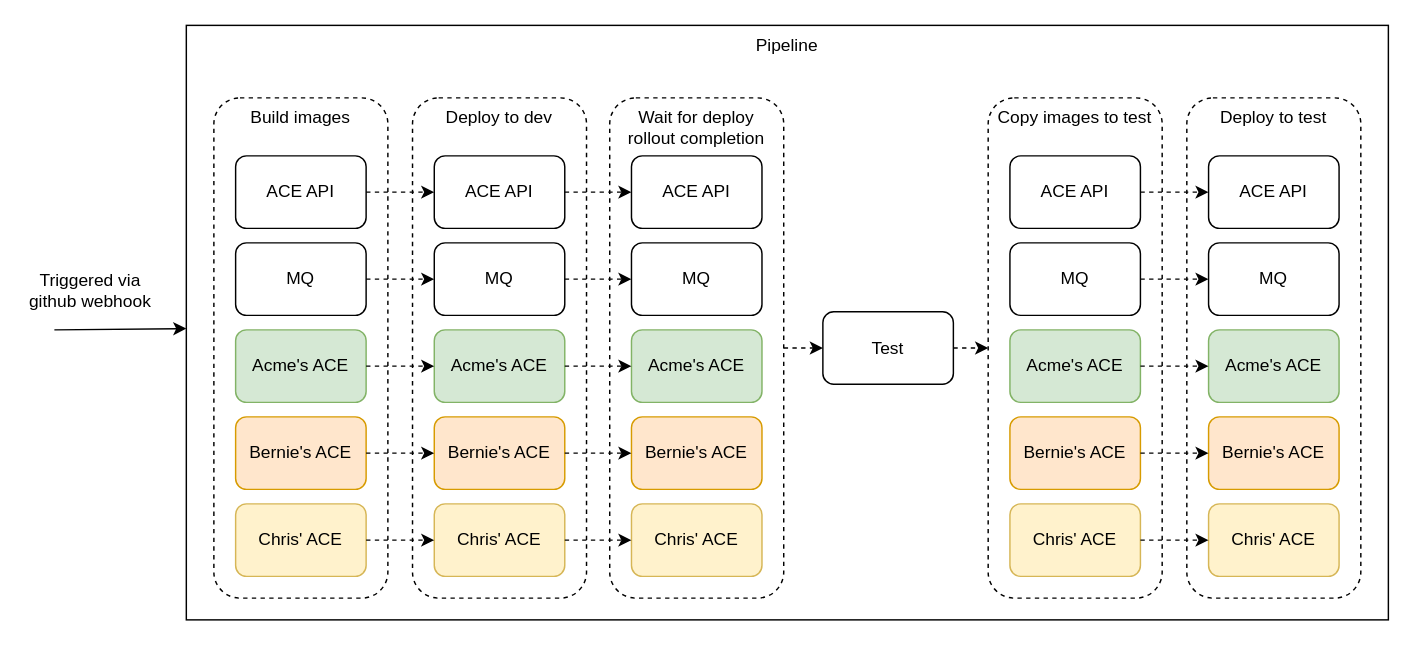
The draw.io diagram DrivewayDentDeletion/media/dev-test-pipeline.drawio in IBM/cp4i-deployment-samples, before the edit. Source tidied: cells renumbered, new cells numbered last; positions are measured from the earlier drawing's top-left corner, leaving out a move shared by most shapes. Both pictures are drawn from the tidied source at 145%, with x=0, y=0 at pixel (25, 25).
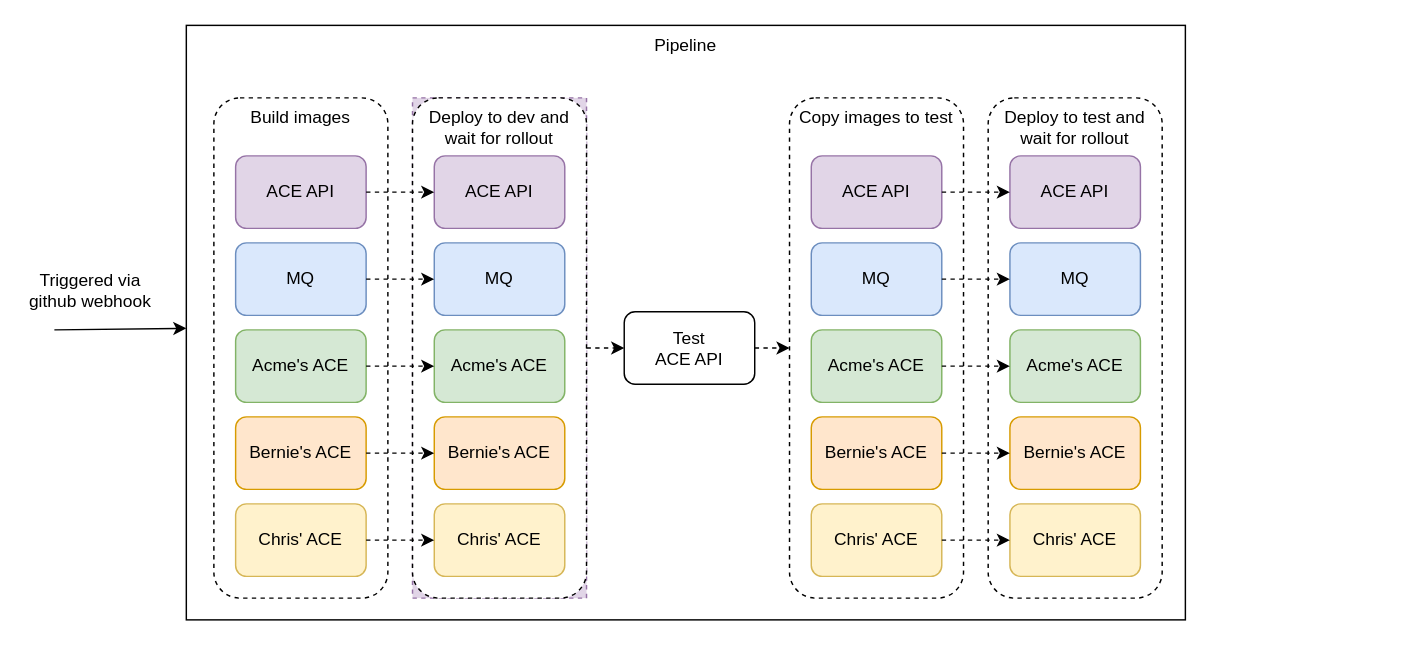
The same page after the edit.

The change refers to these unchanged cells:
```xml
<mxCell id="7" value="Acme's ACE" style="rounded=1;whiteSpace=wrap;html=1;fillColor=#d5e8d4;strokeColor=#82b366;" parent="3" vertex="1">
  <mxGeometry x="15" y="160" width="90" height="50" as="geometry" />
</mxCell>
<mxCell id="8" value="Bernie's ACE" style="rounded=1;whiteSpace=wrap;html=1;fillColor=#ffe6cc;strokeColor=#d79b00;" parent="3" vertex="1">
  <mxGeometry x="15" y="220" width="90" height="50" as="geometry" />
</mxCell>
<mxCell id="9" value="Chris' ACE" style="rounded=1;whiteSpace=wrap;html=1;fillColor=#fff2cc;strokeColor=#d6b656;" parent="3" vertex="1">
  <mxGeometry x="15" y="280" width="90" height="50" as="geometry" />
</mxCell>
```

Diff of the diagram source:
```diff
@@
     <mxCell id="2" value="Pipeline" style="rounded=0;whiteSpace=wrap;html=1;verticalAlign=top;" parent="1" vertex="1">
-      <mxGeometry x="111" width="829" height="410" as="geometry" />
+      <mxGeometry x="111" width="689" height="410" as="geometry" />
     </mxCell>
-    <mxCell id="3" style="group;dashed=1;strokeColor=none;" parent="1" vertex="1">
+    <mxCell id="3" style="group;dashed=1;strokeColor=#9673a6;fillColor=#e1d5e7;" parent="1" vertex="1">
       <mxGeometry x="267" y="50" width="120" height="345" as="geometry" />
     </mxCell>
-    <mxCell id="4" value="Deploy to dev&lt;br&gt;" style="rounded=1;whiteSpace=wrap;html=1;verticalAlign=top;dashed=1;" parent="3" vertex="1">
+    <mxCell id="4" value="Deploy to dev and wait for rollout" style="rounded=1;whiteSpace=wrap;html=1;verticalAlign=top;dashed=1;" parent="3" vertex="1">
       <mxGeometry width="120" height="345" as="geometry" />
     </mxCell>
-    <mxCell id="5" value="ACE API" style="rounded=1;whiteSpace=wrap;html=1;" parent="3" vertex="1">
+    <mxCell id="5" value="ACE API" style="rounded=1;whiteSpace=wrap;html=1;fillColor=#e1d5e7;strokeColor=#9673a6;" parent="3" vertex="1">
       <mxGeometry x="15" y="40" width="90" height="50" as="geometry" />
     </mxCell>
-    <mxCell id="6" value="MQ" style="rounded=1;whiteSpace=wrap;html=1;" parent="3" vertex="1">
+    <mxCell id="6" value="MQ" style="rounded=1;whiteSpace=wrap;html=1;fillColor=#dae8fc;strokeColor=#6c8ebf;" parent="3" vertex="1">
       <mxGeometry x="15" y="100" width="90" height="50" as="geometry" />
     </mxCell>
@@
-    <mxCell id="13" value="ACE API" style="rounded=1;whiteSpace=wrap;html=1;" parent="1" vertex="1">
+    <mxCell id="13" value="ACE API" style="rounded=1;whiteSpace=wrap;html=1;fillColor=#e1d5e7;strokeColor=#9673a6;" parent="1" vertex="1">
       <mxGeometry x="145" y="90" width="90" height="50" as="geometry" />
     </mxCell>
-    <mxCell id="14" value="MQ" style="rounded=1;whiteSpace=wrap;html=1;" parent="1" vertex="1">
+    <mxCell id="14" value="MQ" style="rounded=1;whiteSpace=wrap;html=1;fillColor=#dae8fc;strokeColor=#6c8ebf;" parent="1" vertex="1">
       <mxGeometry x="145" y="150" width="90" height="50" as="geometry" />
     </mxCell>
@@
-    <mxCell id="18" style="edgeStyle=orthogonalEdgeStyle;rounded=0;orthogonalLoop=1;jettySize=auto;html=1;exitX=0.5;exitY=1;exitDx=0;exitDy=0;" parent="1" edge="1" source="2" target="2">
-      <mxGeometry relative="1" as="geometry" />
+    <mxCell id="18" style="edgeStyle=orthogonalEdgeStyle;rounded=0;orthogonalLoop=1;jettySize=auto;html=1;exitX=0.5;exitY=1;exitDx=0;exitDy=0;" parent="1" edge="1">
+      <mxGeometry relative="1" as="geometry">
+        <mxPoint x="388.5" y="410" as="sourcePoint" />
+        <mxPoint x="388.5" y="410" as="targetPoint" />
+      </mxGeometry>
     </mxCell>
@@
-    <mxCell id="24" style="group;dashed=1;strokeColor=none;" parent="1" vertex="1">
-      <mxGeometry x="403" y="50" width="120" height="345" as="geometry" />
-    </mxCell>
-    <mxCell id="25" value="Wait for deploy&lt;br&gt;rollout completion" style="rounded=1;whiteSpace=wrap;html=1;verticalAlign=top;dashed=1;" parent="24" vertex="1">
-      <mxGeometry width="120" height="345" as="geometry" />
-    </mxCell>
-    <mxCell id="26" value="ACE API" style="rounded=1;whiteSpace=wrap;html=1;" parent="24" vertex="1">
-      <mxGeometry x="15" y="40" width="90" height="50" as="geometry" />
-    </mxCell>
-    <mxCell id="27" value="MQ" style="rounded=1;whiteSpace=wrap;html=1;" parent="24" vertex="1">
-      <mxGeometry x="15" y="100" width="90" height="50" as="geometry" />
-    </mxCell>
-    <mxCell id="28" value="Acme's ACE" style="rounded=1;whiteSpace=wrap;html=1;fillColor=#d5e8d4;strokeColor=#82b366;" parent="24" vertex="1">
-      <mxGeometry x="15" y="160" width="90" height="50" as="geometry" />
-    </mxCell>
-    <mxCell id="29" value="Bernie's ACE" style="rounded=1;whiteSpace=wrap;html=1;fillColor=#ffe6cc;strokeColor=#d79b00;" parent="24" vertex="1">
-      <mxGeometry x="15" y="220" width="90" height="50" as="geometry" />
-    </mxCell>
-    <mxCell id="30" value="Chris' ACE" style="rounded=1;whiteSpace=wrap;html=1;fillColor=#fff2cc;strokeColor=#d6b656;" parent="24" vertex="1">
-      <mxGeometry x="15" y="280" width="90" height="50" as="geometry" />
-    </mxCell>
-    <mxCell id="31" value="Test" style="rounded=1;whiteSpace=wrap;html=1;" parent="1" vertex="1">
-      <mxGeometry x="550" y="197.5" width="90" height="50" as="geometry" />
+    <mxCell id="31" value="Test&lt;br&gt;ACE API" style="rounded=1;whiteSpace=wrap;html=1;" parent="1" vertex="1">
+      <mxGeometry x="413" y="197.5" width="90" height="50" as="geometry" />
     </mxCell>
     <mxCell id="32" style="group;dashed=1;strokeColor=none;" parent="1" vertex="1">
-      <mxGeometry x="801" y="50" width="120" height="345" as="geometry" />
+      <mxGeometry x="664" y="50" width="120" height="345" as="geometry" />
     </mxCell>
-    <mxCell id="33" value="Deploy to test" style="rounded=1;whiteSpace=wrap;html=1;verticalAlign=top;dashed=1;" parent="32" vertex="1">
+    <mxCell id="33" value="Deploy to test and wait for rollout" style="rounded=1;whiteSpace=wrap;html=1;verticalAlign=top;dashed=1;" parent="32" vertex="1">
       <mxGeometry width="120" height="345" as="geometry" />
     </mxCell>
-    <mxCell id="34" value="ACE API" style="rounded=1;whiteSpace=wrap;html=1;" parent="32" vertex="1">
+    <mxCell id="34" value="ACE API" style="rounded=1;whiteSpace=wrap;html=1;fillColor=#e1d5e7;strokeColor=#9673a6;" parent="32" vertex="1">
       <mxGeometry x="15" y="40" width="90" height="50" as="geometry" />
     </mxCell>
-    <mxCell id="35" value="MQ" style="rounded=1;whiteSpace=wrap;html=1;" parent="32" vertex="1">
+    <mxCell id="35" value="MQ" style="rounded=1;whiteSpace=wrap;html=1;fillColor=#dae8fc;strokeColor=#6c8ebf;" parent="32" vertex="1">
       <mxGeometry x="15" y="100" width="90" height="50" as="geometry" />
     </mxCell>
@@
     <mxCell id="39" value="Copy images to test" style="rounded=1;whiteSpace=wrap;html=1;horizontal=1;verticalAlign=top;dashed=1;" parent="1" vertex="1">
-      <mxGeometry x="664" y="50" width="120" height="345" as="geometry" />
+      <mxGeometry x="527" y="50" width="120" height="345" as="geometry" />
     </mxCell>
-    <mxCell id="40" value="ACE API" style="rounded=1;whiteSpace=wrap;html=1;" parent="1" vertex="1">
-      <mxGeometry x="679" y="90" width="90" height="50" as="geometry" />
+    <mxCell id="40" value="ACE API" style="rounded=1;whiteSpace=wrap;html=1;fillColor=#e1d5e7;strokeColor=#9673a6;" parent="1" vertex="1">
+      <mxGeometry x="542" y="90" width="90" height="50" as="geometry" />
     </mxCell>
-    <mxCell id="41" value="MQ" style="rounded=1;whiteSpace=wrap;html=1;" parent="1" vertex="1">
-      <mxGeometry x="679" y="150" width="90" height="50" as="geometry" />
+    <mxCell id="41" value="MQ" style="rounded=1;whiteSpace=wrap;html=1;fillColor=#dae8fc;strokeColor=#6c8ebf;" parent="1" vertex="1">
+      <mxGeometry x="542" y="150" width="90" height="50" as="geometry" />
     </mxCell>
     <mxCell id="42" value="Acme's ACE" style="rounded=1;whiteSpace=wrap;html=1;fillColor=#d5e8d4;strokeColor=#82b366;" parent="1" vertex="1">
-      <mxGeometry x="679" y="210" width="90" height="50" as="geometry" />
+      <mxGeometry x="542" y="210" width="90" height="50" as="geometry" />
     </mxCell>
     <mxCell id="43" value="Bernie's ACE" style="rounded=1;whiteSpace=wrap;html=1;fillColor=#ffe6cc;strokeColor=#d79b00;" parent="1" vertex="1">
-      <mxGeometry x="679" y="270" width="90" height="50" as="geometry" />
+      <mxGeometry x="542" y="270" width="90" height="50" as="geometry" />
     </mxCell>
     <mxCell id="44" value="Chris' ACE" style="rounded=1;whiteSpace=wrap;html=1;fillColor=#fff2cc;strokeColor=#d6b656;" parent="1" vertex="1">
-      <mxGeometry x="679" y="330" width="90" height="50" as="geometry" />
+      <mxGeometry x="542" y="330" width="90" height="50" as="geometry" />
     </mxCell>
@@
-    <mxCell id="50" style="endArrow=classic;html=1;dashed=1;" parent="1" edge="1" source="5" target="26">
-      <mxGeometry relative="1" as="geometry" />
-    </mxCell>
-    <mxCell id="51" style="endArrow=classic;html=1;dashed=1;" parent="1" edge="1" source="9" target="30">
-      <mxGeometry relative="1" as="geometry" />
-    </mxCell>
-    <mxCell id="52" style="endArrow=classic;html=1;dashed=1;" parent="1" edge="1" source="6" target="27">
-      <mxGeometry relative="1" as="geometry" />
-    </mxCell>
-    <mxCell id="53" style="endArrow=classic;html=1;dashed=1;" parent="1" edge="1" source="7" target="28">
-      <mxGeometry relative="1" as="geometry" />
-    </mxCell>
-    <mxCell id="54" style="endArrow=classic;html=1;dashed=1;" parent="1" edge="1" source="8" target="29">
-      <mxGeometry relative="1" as="geometry" />
-    </mxCell>
-    <mxCell id="55" style="endArrow=classic;html=1;dashed=1;exitX=1;exitY=0.5;exitDx=0;exitDy=0;" parent="1" edge="1" source="25" target="31">
+    <mxCell id="55" style="endArrow=classic;html=1;dashed=1;exitX=1;exitY=0.5;exitDx=0;exitDy=0;" parent="1" edge="1" source="4" target="31">
       <mxGeometry relative="1" as="geometry" />
     </mxCell>
```
